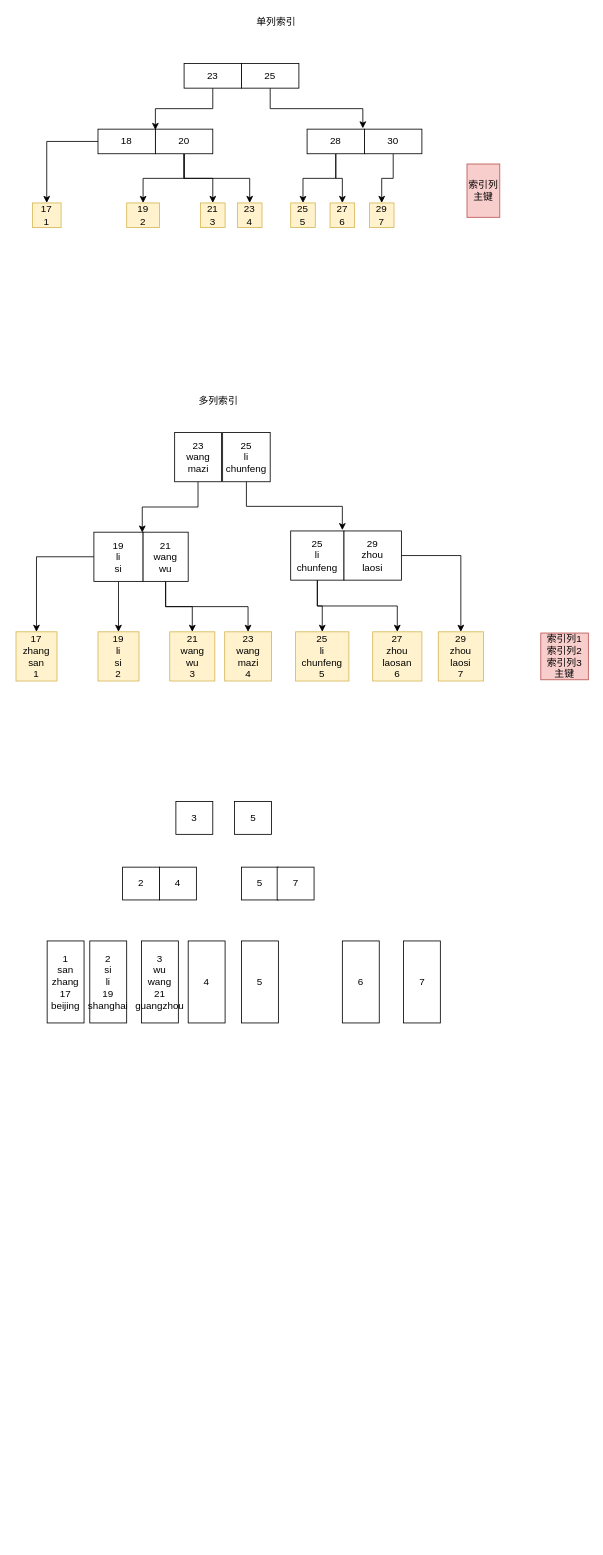
longjiangxue/blogImage keeps this draw.io diagram as break/Untitled Diagram.drawio. Above is the earlier version. Source tidied: cells renumbered, new cells numbered last; positions are measured from the earlier drawing's top-left corner, leaving out a move shared by most shapes. Both pictures are drawn from the tidied source at 82%, with x=0, y=0 at pixel (16, 14).
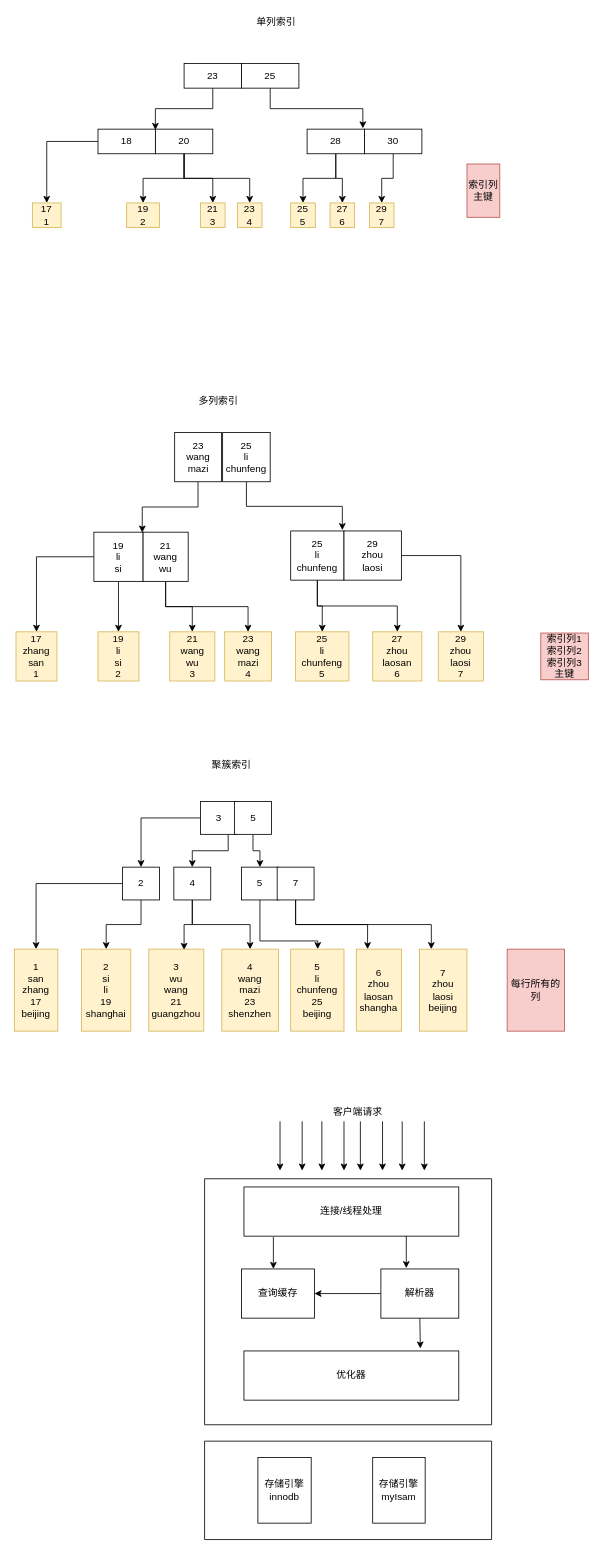
After the change.

Unchanged cells that the change refers to:
```xml
<mxCell id="51" value="5" style="rounded=0;whiteSpace=wrap;html=1;" parent="1" vertex="1">
  <mxGeometry x="266.5" y="960" width="45" height="40" as="geometry" />
</mxCell>
<mxCell id="52" value="2" style="rounded=0;whiteSpace=wrap;html=1;" parent="1" vertex="1">
  <mxGeometry x="130" y="1040" width="45" height="40" as="geometry" />
</mxCell>
<mxCell id="54" value="5" style="rounded=0;whiteSpace=wrap;html=1;" parent="1" vertex="1">
  <mxGeometry x="275" y="1040" width="45" height="40" as="geometry" />
</mxCell>
<mxCell id="55" value="7" style="rounded=0;whiteSpace=wrap;html=1;" parent="1" vertex="1">
  <mxGeometry x="318.5" y="1040" width="45" height="40" as="geometry" />
</mxCell>
```

Diff of the diagram source:
```diff
@@
+    <mxCell id="63" style="edgeStyle=orthogonalEdgeStyle;rounded=0;jettySize=auto;html=1;exitX=0;exitY=0.5;exitDx=0;exitDy=0;entryX=0.5;entryY=0;entryDx=0;entryDy=0;" parent="1" edge="1" source="50" target="52">
+      <mxGeometry relative="1" as="geometry" />
+    </mxCell>
+    <mxCell id="64" style="edgeStyle=orthogonalEdgeStyle;rounded=0;jettySize=auto;html=1;exitX=0.75;exitY=1;exitDx=0;exitDy=0;entryX=0.5;entryY=0;entryDx=0;entryDy=0;" parent="1" edge="1" source="50" target="53">
+      <mxGeometry relative="1" as="geometry" />
+    </mxCell>
     <mxCell id="50" value="3" style="rounded=0;whiteSpace=wrap;html=1;" parent="1" vertex="1">
-      <mxGeometry x="195" y="960" width="45" height="40" as="geometry" />
+      <mxGeometry x="225" y="960" width="45" height="40" as="geometry" />
     </mxCell>
+    <mxCell id="65" style="edgeStyle=orthogonalEdgeStyle;rounded=0;jettySize=auto;html=1;exitX=0.5;exitY=1;exitDx=0;exitDy=0;entryX=0.5;entryY=0;entryDx=0;entryDy=0;" parent="1" edge="1" source="51" target="54">
+      <mxGeometry relative="1" as="geometry" />
+    </mxCell>
@@
+    <mxCell id="66" style="edgeStyle=orthogonalEdgeStyle;rounded=0;jettySize=auto;html=1;exitX=0;exitY=0.5;exitDx=0;exitDy=0;" parent="1" edge="1" source="52" target="56">
+      <mxGeometry relative="1" as="geometry" />
+    </mxCell>
+    <mxCell id="67" style="edgeStyle=orthogonalEdgeStyle;rounded=0;jettySize=auto;html=1;exitX=0.5;exitY=1;exitDx=0;exitDy=0;entryX=0.5;entryY=0;entryDx=0;entryDy=0;" parent="1" edge="1" source="52" target="57">
+      <mxGeometry relative="1" as="geometry" />
+    </mxCell>
@@
+    <mxCell id="68" style="edgeStyle=orthogonalEdgeStyle;rounded=0;jettySize=auto;html=1;exitX=0.5;exitY=1;exitDx=0;exitDy=0;entryX=0.642;entryY=0.01;entryDx=0;entryDy=0;entryPerimeter=0;" parent="1" edge="1" source="53" target="58">
+      <mxGeometry relative="1" as="geometry" />
+    </mxCell>
+    <mxCell id="69" style="edgeStyle=orthogonalEdgeStyle;rounded=0;jettySize=auto;html=1;exitX=0.5;exitY=1;exitDx=0;exitDy=0;entryX=0.5;entryY=0;entryDx=0;entryDy=0;" parent="1" edge="1" source="53" target="59">
+      <mxGeometry relative="1" as="geometry" />
+    </mxCell>
     <mxCell id="53" value="4" style="rounded=0;whiteSpace=wrap;html=1;" parent="1" vertex="1">
-      <mxGeometry x="175" y="1040" width="45" height="40" as="geometry" />
+      <mxGeometry x="192.5" y="1040" width="45" height="40" as="geometry" />
     </mxCell>
+    <mxCell id="70" style="edgeStyle=orthogonalEdgeStyle;rounded=0;jettySize=auto;html=1;exitX=0.5;exitY=1;exitDx=0;exitDy=0;" parent="1" edge="1" source="54" target="60">
+      <mxGeometry relative="1" as="geometry">
+        <Array as="points">
+          <mxPoint x="298" y="1130" />
+          <mxPoint x="368" y="1130" />
+        </Array>
+      </mxGeometry>
+    </mxCell>
@@
+    <mxCell id="71" style="edgeStyle=orthogonalEdgeStyle;rounded=0;jettySize=auto;html=1;exitX=0.5;exitY=1;exitDx=0;exitDy=0;entryX=0.25;entryY=0;entryDx=0;entryDy=0;" parent="1" edge="1" source="55" target="61">
+      <mxGeometry relative="1" as="geometry" />
+    </mxCell>
+    <mxCell id="72" style="edgeStyle=orthogonalEdgeStyle;rounded=0;jettySize=auto;html=1;exitX=0.5;exitY=1;exitDx=0;exitDy=0;entryX=0.25;entryY=0;entryDx=0;entryDy=0;" parent="1" edge="1" source="55" target="62">
+      <mxGeometry relative="1" as="geometry" />
+    </mxCell>
@@
-    <mxCell id="56" value="1&lt;br&gt;san&lt;br&gt;zhang&lt;br&gt;17&lt;br&gt;beijing" style="rounded=0;whiteSpace=wrap;html=1;" parent="1" vertex="1">
-      <mxGeometry x="38" y="1130" width="45" height="100" as="geometry" />
+    <mxCell id="56" value="1&lt;br&gt;san&lt;br&gt;zhang&lt;br&gt;17&lt;br&gt;beijing" style="rounded=0;whiteSpace=wrap;html=1;fillColor=#fff2cc;strokeColor=#d6b656;" parent="1" vertex="1">
+      <mxGeometry x="-2" y="1140" width="53" height="100" as="geometry" />
     </mxCell>
-    <mxCell id="57" value="2&lt;br&gt;si&lt;br&gt;li&lt;br&gt;19&lt;br&gt;shanghai" style="rounded=0;whiteSpace=wrap;html=1;" parent="1" vertex="1">
-      <mxGeometry x="90" y="1130" width="45" height="100" as="geometry" />
+    <mxCell id="57" value="2&lt;br&gt;si&lt;br&gt;li&lt;br&gt;19&lt;br&gt;shanghai" style="rounded=0;whiteSpace=wrap;html=1;fillColor=#fff2cc;strokeColor=#d6b656;" parent="1" vertex="1">
+      <mxGeometry x="80" y="1140" width="60" height="100" as="geometry" />
     </mxCell>
-    <mxCell id="58" value="3&lt;br&gt;wu&lt;br&gt;wang&lt;br&gt;21&lt;br&gt;guangzhou" style="rounded=0;whiteSpace=wrap;html=1;" parent="1" vertex="1">
-      <mxGeometry x="153" y="1130" width="45" height="100" as="geometry" />
+    <mxCell id="58" value="3&lt;br&gt;wu&lt;br&gt;wang&lt;br&gt;21&lt;br&gt;guangzhou" style="rounded=0;whiteSpace=wrap;html=1;fillColor=#fff2cc;strokeColor=#d6b656;" parent="1" vertex="1">
+      <mxGeometry x="162" y="1140" width="67" height="100" as="geometry" />
     </mxCell>
-    <mxCell id="59" value="4" style="rounded=0;whiteSpace=wrap;html=1;" parent="1" vertex="1">
-      <mxGeometry x="210" y="1130" width="45" height="100" as="geometry" />
+    <mxCell id="59" value="4&lt;br&gt;wang&lt;br&gt;mazi&lt;br&gt;23&lt;br&gt;shenzhen" style="rounded=0;whiteSpace=wrap;html=1;fillColor=#fff2cc;strokeColor=#d6b656;" parent="1" vertex="1">
+      <mxGeometry x="251" y="1140" width="69" height="100" as="geometry" />
     </mxCell>
-    <mxCell id="60" value="5" style="rounded=0;whiteSpace=wrap;html=1;" parent="1" vertex="1">
-      <mxGeometry x="275" y="1130" width="45" height="100" as="geometry" />
+    <mxCell id="60" value="5&lt;br&gt;li&lt;br&gt;chunfeng&lt;br&gt;25&lt;br&gt;beijing" style="rounded=0;whiteSpace=wrap;html=1;fillColor=#fff2cc;strokeColor=#d6b656;" parent="1" vertex="1">
+      <mxGeometry x="335" y="1140" width="65" height="100" as="geometry" />
     </mxCell>
-    <mxCell id="61" value="6" style="rounded=0;whiteSpace=wrap;html=1;" parent="1" vertex="1">
-      <mxGeometry x="398" y="1130" width="45" height="100" as="geometry" />
+    <mxCell id="61" value="6&lt;br&gt;zhou&lt;br&gt;laosan&lt;br&gt;shangha" style="rounded=0;whiteSpace=wrap;html=1;fillColor=#fff2cc;strokeColor=#d6b656;" parent="1" vertex="1">
+      <mxGeometry x="415" y="1140" width="55" height="100" as="geometry" />
     </mxCell>
-    <mxCell id="62" value="7" style="rounded=0;whiteSpace=wrap;html=1;" parent="1" vertex="1">
-      <mxGeometry x="472.5" y="1130" width="45" height="100" as="geometry" />
+    <mxCell id="62" value="7&lt;br&gt;zhou&lt;br&gt;laosi&lt;br&gt;beijing" style="rounded=0;whiteSpace=wrap;html=1;fillColor=#fff2cc;strokeColor=#d6b656;" parent="1" vertex="1">
+      <mxGeometry x="492" y="1140" width="58" height="100" as="geometry" />
     </mxCell>
+    <mxCell id="73" value="每行所有的列" style="rounded=0;whiteSpace=wrap;html=1;fillColor=#f8cecc;strokeColor=#b85450;" parent="1" vertex="1">
+      <mxGeometry x="599" y="1140" width="70" height="100" as="geometry" />
+    </mxCell>
+    <mxCell id="74" value="聚簇索引" style="text;html=1;align=left;verticalAlign=top;spacingTop=-4;" parent="1" vertex="1">
+      <mxGeometry x="236.5" y="906" width="60" height="20" as="geometry" />
+    </mxCell>
+    <mxCell id="75" style="edgeStyle=orthogonalEdgeStyle;rounded=0;jettySize=auto;html=1;exitX=0.75;exitY=1;exitDx=0;exitDy=0;entryX=0.326;entryY=-0.017;entryDx=0;entryDy=0;entryPerimeter=0;" parent="1" edge="1" source="76" target="80">
+      <mxGeometry relative="1" as="geometry" />
+    </mxCell>
+    <mxCell id="76" value="连接/线程处理" style="rounded=0;whiteSpace=wrap;html=1;" parent="1" vertex="1">
+      <mxGeometry x="278" y="1430" width="262" height="60" as="geometry" />
+    </mxCell>
+    <mxCell id="77" value="查询缓存" style="rounded=0;whiteSpace=wrap;html=1;" parent="1" vertex="1">
+      <mxGeometry x="275" y="1530" width="89" height="60" as="geometry" />
+    </mxCell>
+    <mxCell id="78" style="edgeStyle=orthogonalEdgeStyle;rounded=0;jettySize=auto;html=1;exitX=0;exitY=0.5;exitDx=0;exitDy=0;entryX=1;entryY=0.5;entryDx=0;entryDy=0;" parent="1" edge="1" source="80" target="77">
+      <mxGeometry relative="1" as="geometry" />
+    </mxCell>
+    <mxCell id="79" style="edgeStyle=orthogonalEdgeStyle;rounded=0;jettySize=auto;html=1;exitX=0.5;exitY=1;exitDx=0;exitDy=0;entryX=0.821;entryY=-0.05;entryDx=0;entryDy=0;entryPerimeter=0;" parent="1" edge="1" source="80" target="81">
+      <mxGeometry relative="1" as="geometry" />
+    </mxCell>
+    <mxCell id="80" value="解析器" style="rounded=0;whiteSpace=wrap;html=1;" parent="1" vertex="1">
+      <mxGeometry x="445" y="1530" width="95" height="60" as="geometry" />
+    </mxCell>
+    <mxCell id="81" value="优化器" style="rounded=0;whiteSpace=wrap;html=1;" parent="1" vertex="1">
+      <mxGeometry x="278" y="1630" width="262" height="60" as="geometry" />
+    </mxCell>
+    <mxCell id="82" value="存储引擎&lt;br&gt;innodb" style="rounded=0;whiteSpace=wrap;html=1;" parent="1" vertex="1">
+      <mxGeometry x="295" y="1760" width="65" height="80" as="geometry" />
+    </mxCell>
+    <mxCell id="83" value="存储引擎&lt;br&gt;myIsam" style="rounded=0;whiteSpace=wrap;html=1;" parent="1" vertex="1">
+      <mxGeometry x="435" y="1760" width="64" height="80" as="geometry" />
+    </mxCell>
+    <mxCell id="84" style="endArrow=classic;html=1;exitX=0.137;exitY=1.017;exitDx=0;exitDy=0;exitPerimeter=0;entryX=0.437;entryY=0;entryDx=0;entryDy=0;entryPerimeter=0;" parent="1" edge="1" source="76" target="77">
+      <mxGeometry relative="1" as="geometry" />
+    </mxCell>
+    <mxCell id="85" style="endArrow=classic;html=1;" parent="1" edge="1">
+      <mxGeometry relative="1" as="geometry">
+        <mxPoint x="322" y="1350" as="sourcePoint" />
+        <mxPoint x="322" y="1410" as="targetPoint" />
+      </mxGeometry>
+    </mxCell>
+    <mxCell id="86" style="endArrow=classic;html=1;" parent="1" edge="1">
+      <mxGeometry relative="1" as="geometry">
+        <mxPoint x="349" y="1350" as="sourcePoint" />
+        <mxPoint x="349" y="1410" as="targetPoint" />
+      </mxGeometry>
+    </mxCell>
+    <mxCell id="87" style="endArrow=classic;html=1;" parent="1" edge="1">
+      <mxGeometry relative="1" as="geometry">
+        <mxPoint x="373" y="1350" as="sourcePoint" />
+        <mxPoint x="373" y="1410" as="targetPoint" />
+      </mxGeometry>
+    </mxCell>
+    <mxCell id="88" style="endArrow=classic;html=1;" parent="1" edge="1">
+      <mxGeometry relative="1" as="geometry">
+        <mxPoint x="400" y="1350" as="sourcePoint" />
+        <mxPoint x="400" y="1410" as="targetPoint" />
+      </mxGeometry>
+    </mxCell>
+    <mxCell id="89" style="endArrow=classic;html=1;" parent="1" edge="1">
+      <mxGeometry relative="1" as="geometry">
+        <mxPoint x="420" y="1350" as="sourcePoint" />
+        <mxPoint x="420" y="1410" as="targetPoint" />
+      </mxGeometry>
+    </mxCell>
+    <mxCell id="90" style="endArrow=classic;html=1;" parent="1" edge="1">
+      <mxGeometry relative="1" as="geometry">
+        <mxPoint x="447" y="1350" as="sourcePoint" />
+        <mxPoint x="447" y="1410" as="targetPoint" />
+      </mxGeometry>
+    </mxCell>
+    <mxCell id="91" style="endArrow=classic;html=1;" parent="1" edge="1">
+      <mxGeometry relative="1" as="geometry">
+        <mxPoint x="471" y="1350" as="sourcePoint" />
+        <mxPoint x="471" y="1410" as="targetPoint" />
+      </mxGeometry>
+    </mxCell>
+    <mxCell id="92" style="endArrow=classic;html=1;" parent="1" edge="1">
+      <mxGeometry relative="1" as="geometry">
+        <mxPoint x="498" y="1350" as="sourcePoint" />
+        <mxPoint x="498" y="1410" as="targetPoint" />
+      </mxGeometry>
+    </mxCell>
+    <mxCell id="93" value="客户端请求" style="text;html=1;align=left;verticalAlign=top;spacingTop=-4;" parent="1" vertex="1">
+      <mxGeometry x="385" y="1329" width="80" height="20" as="geometry" />
+    </mxCell>
+    <mxCell id="94" style="endArrow=none;html=1;" parent="1" edge="1">
+      <mxGeometry relative="1" as="geometry">
+        <mxPoint x="230" y="1720" as="sourcePoint" />
+        <mxPoint x="230" y="1420" as="targetPoint" />
+      </mxGeometry>
+    </mxCell>
+    <mxCell id="95" style="endArrow=none;html=1;" parent="1" edge="1">
+      <mxGeometry relative="1" as="geometry">
+        <mxPoint x="230" y="1420" as="sourcePoint" />
+        <mxPoint x="580" y="1420" as="targetPoint" />
+      </mxGeometry>
+    </mxCell>
+    <mxCell id="96" style="endArrow=none;html=1;" parent="1" edge="1">
+      <mxGeometry relative="1" as="geometry">
+        <mxPoint x="580" y="1720" as="sourcePoint" />
+        <mxPoint x="580" y="1420" as="targetPoint" />
+      </mxGeometry>
+    </mxCell>
+    <mxCell id="97" style="endArrow=none;html=1;" parent="1" edge="1">
+      <mxGeometry relative="1" as="geometry">
+        <mxPoint x="230" y="1720" as="sourcePoint" />
+        <mxPoint x="580" y="1720" as="targetPoint" />
+      </mxGeometry>
+    </mxCell>
+    <mxCell id="98" style="endArrow=none;html=1;" parent="1" edge="1">
+      <mxGeometry relative="1" as="geometry">
+        <mxPoint x="230" y="1860" as="sourcePoint" />
+        <mxPoint x="230" y="1740" as="targetPoint" />
+      </mxGeometry>
+    </mxCell>
+    <mxCell id="99" style="endArrow=none;html=1;" parent="1" edge="1">
+      <mxGeometry relative="1" as="geometry">
+        <mxPoint x="230" y="1860" as="sourcePoint" />
+        <mxPoint x="580" y="1860" as="targetPoint" />
+      </mxGeometry>
+    </mxCell>
+    <mxCell id="100" style="endArrow=none;html=1;" parent="1" edge="1">
+      <mxGeometry relative="1" as="geometry">
+        <mxPoint x="580" y="1860" as="sourcePoint" />
+        <mxPoint x="580" y="1740" as="targetPoint" />
+      </mxGeometry>
+    </mxCell>
+    <mxCell id="101" style="endArrow=none;html=1;" parent="1" edge="1">
+      <mxGeometry relative="1" as="geometry">
+        <mxPoint x="230" y="1740" as="sourcePoint" />
+        <mxPoint x="580" y="1740" as="targetPoint" />
+      </mxGeometry>
+    </mxCell>
```
